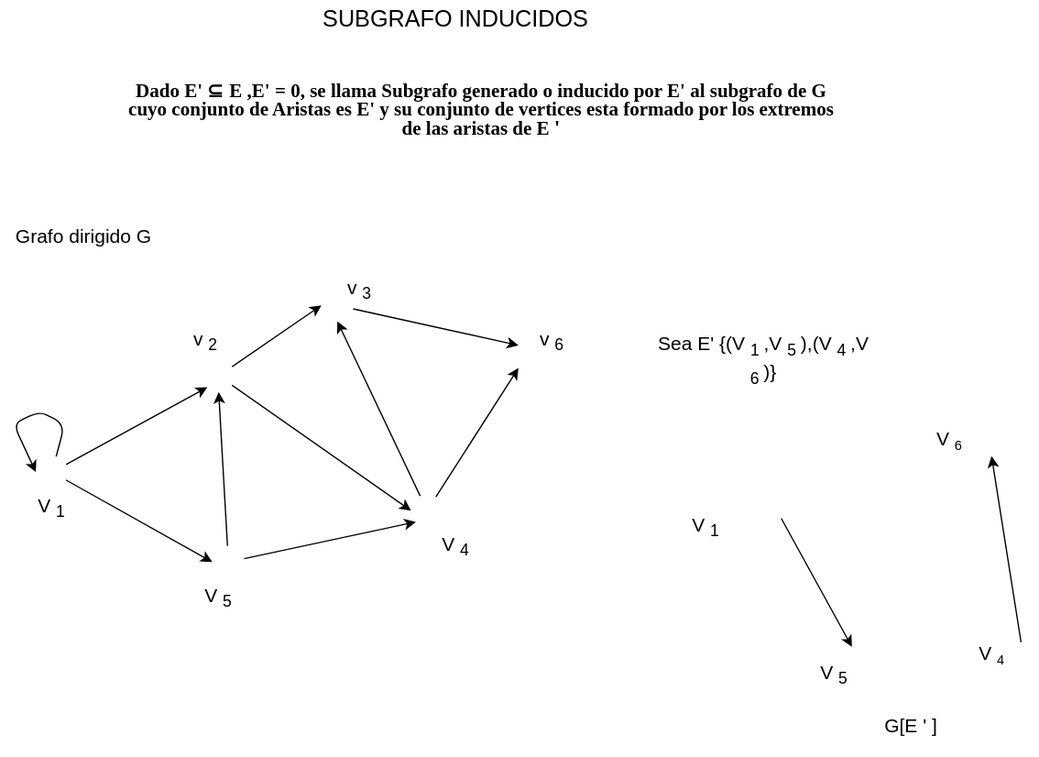
The draw.io diagram Estructura-de-datos/Grafos/Subgrafo-inducido.drawio.svg in Nordcode-cyber/Algoritmos-Estructdatos, before a commit. Source tidied: cells renumbered, new cells last; positions are measured from the earlier drawing's top-left corner, leaving out a move shared by most shapes.
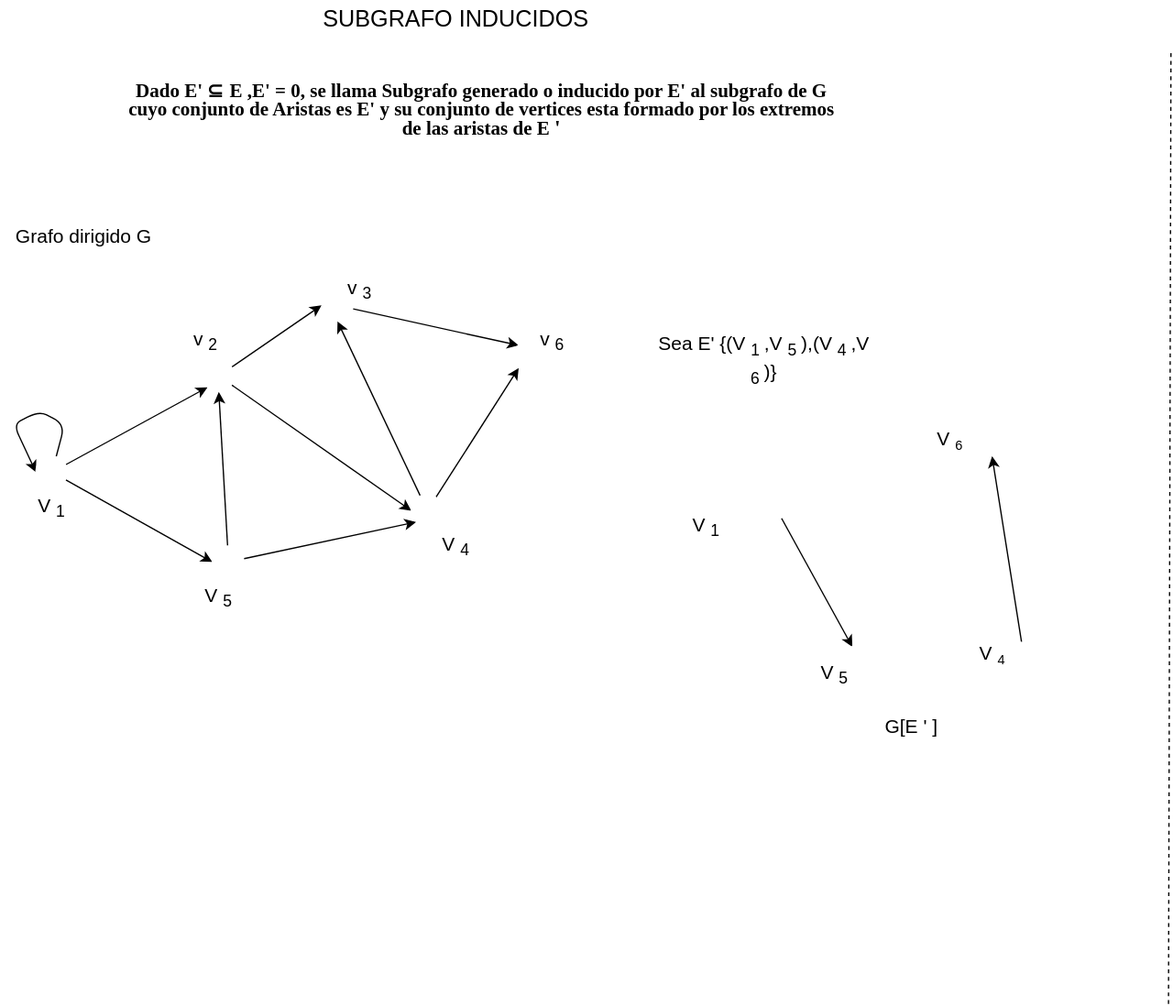
After the change.

What changed in the source:
```diff
@@ -1,4 +1,4 @@
-<mxGraphModel>
+<mxGraphModel background="light-dark(#FFFFFF,#121212)">
   <root>
     <mxCell id="0" />
     <mxCell id="1" parent="0" />
@@ -119,5 +119,11 @@
     <mxCell id="38" value="&lt;font style=&quot;color: light-dark(rgb(0, 0, 0), rgb(178, 0, 0)); font-size: 15px;&quot;&gt;V&lt;/font&gt;&lt;font style=&quot;font-size: 12.5px;&quot;&gt;&lt;sub&gt;4&lt;/sub&gt;&lt;/font&gt;" style="text;html=1;align=center;verticalAlign=middle;whiteSpace=wrap;rounded=0;" parent="1" vertex="1">
       <mxGeometry x="742.5" y="495" width="60" height="30" as="geometry" />
     </mxCell>
+    <mxCell id="39" style="endArrow=none;dashed=1;html=1;" parent="1" edge="1">
+      <mxGeometry relative="1" as="geometry">
+        <mxPoint x="910" y="781.9" as="sourcePoint" />
+        <mxPoint x="911.9" y="40" as="targetPoint" />
+      </mxGeometry>
+    </mxCell>
   </root>
 </mxGraphModel>
```
